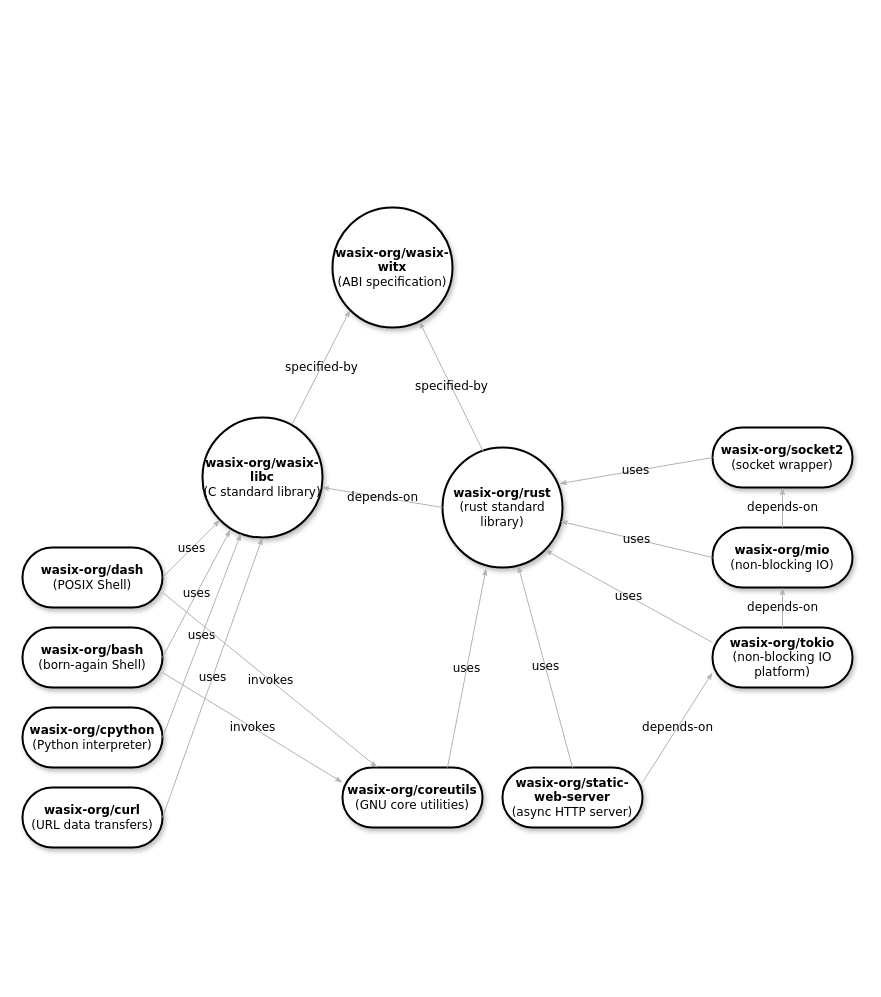
This is dependencies.drawio from zebreus/wasix-witx, a draw.io file, before an edit. Source tidied: cells renumbered, new cells numbered last; positions are measured from the earlier drawing's top-left corner, leaving out a move shared by most shapes. Both pictures are drawn from the tidied source at 100%, with x=0, y=0 at pixel (22, 207).
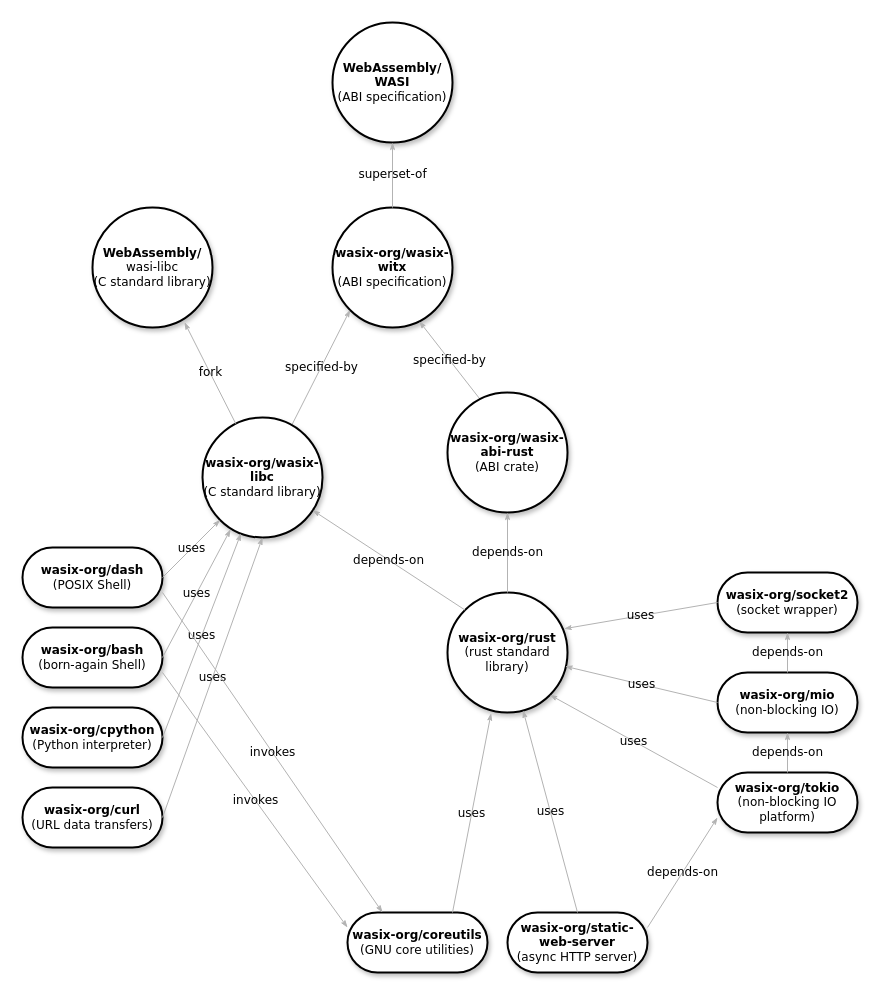
The same page after the edit.

Unchanged cells that the change refers to:
```xml
<mxCell id="2" value="&lt;b&gt;wasix-org/wasix-witx&lt;/b&gt;&lt;br&gt;(ABI specification)" style="ellipse;whiteSpace=wrap;html=1;rounded=1;shadow=1;comic=0;labelBackgroundColor=none;strokeWidth=2;fontFamily=Verdana;fontSize=12;align=center;" parent="1" vertex="1">
  <mxGeometry x="310" width="120" height="120" as="geometry" />
</mxCell>
<mxCell id="4" value="&lt;b&gt;wasix-org/wasix-libc&lt;/b&gt;&lt;br&gt;(C standard library)" style="ellipse;whiteSpace=wrap;html=1;rounded=1;shadow=1;comic=0;labelBackgroundColor=none;strokeWidth=2;fontFamily=Verdana;fontSize=12;align=center;" parent="1" vertex="1">
  <mxGeometry x="180" y="210" width="120" height="120" as="geometry" />
</mxCell>
```

Change to the diagram source:
```diff
@@
     <mxCell id="5" value="&lt;b&gt;wasix-org/rust&lt;/b&gt;&lt;br&gt;(rust standard library)" style="ellipse;whiteSpace=wrap;html=1;rounded=1;shadow=1;comic=0;labelBackgroundColor=none;strokeWidth=2;fontFamily=Verdana;fontSize=12;align=center;" parent="1" vertex="1">
-      <mxGeometry x="420" y="240" width="120" height="120" as="geometry" />
+      <mxGeometry x="425" y="385" width="120" height="120" as="geometry" />
     </mxCell>
-    <mxCell id="6" value="depends-on" style="edgeStyle=none;rounded=1;html=1;labelBackgroundColor=none;startArrow=none;startFill=0;startSize=5;endArrow=classicThin;endFill=1;endSize=5;jettySize=auto;strokeColor=#B3B3B3;strokeWidth=1;fontFamily=Verdana;fontSize=12;exitX=0;exitY=0.5;exitDx=0;exitDy=0;" parent="1" edge="1" source="5" target="4">
+    <mxCell id="6" value="depends-on" style="edgeStyle=none;rounded=1;html=1;labelBackgroundColor=none;startArrow=none;startFill=0;startSize=5;endArrow=classicThin;endFill=1;endSize=5;jettySize=auto;strokeColor=#B3B3B3;strokeWidth=1;fontFamily=Verdana;fontSize=12;exitX=0;exitY=0;exitDx=0;exitDy=0;" parent="1" edge="1" source="5" target="4">
       <mxGeometry relative="1" as="geometry" />
     </mxCell>
-    <mxCell id="7" value="specified-by" style="edgeStyle=none;rounded=1;html=1;labelBackgroundColor=none;startArrow=none;startFill=0;startSize=5;endArrow=classicThin;endFill=1;endSize=5;jettySize=auto;strokeColor=#B3B3B3;strokeWidth=1;fontFamily=Verdana;fontSize=12;exitX=0.34;exitY=0.035;exitDx=0;exitDy=0;entryX=0.723;entryY=0.948;entryDx=0;entryDy=0;exitPerimeter=0;entryPerimeter=0;" parent="1" edge="1" source="5" target="2">
+    <mxCell id="7" value="specified-by" style="edgeStyle=none;rounded=1;html=1;labelBackgroundColor=none;startArrow=none;startFill=0;startSize=5;endArrow=classicThin;endFill=1;endSize=5;jettySize=auto;strokeColor=#B3B3B3;strokeWidth=1;fontFamily=Verdana;fontSize=12;exitX=0.268;exitY=0.052;exitDx=0;exitDy=0;entryX=0.723;entryY=0.948;entryDx=0;entryDy=0;entryPerimeter=0;exitPerimeter=0;" parent="1" edge="1" source="35" target="2">
       <mxGeometry relative="1" as="geometry" />
     </mxCell>
     <mxCell id="8" value="&lt;b&gt;wasix-org/mio&lt;/b&gt;&lt;br&gt;(non-blocking IO)" style="whiteSpace=wrap;html=1;rounded=1;shadow=1;comic=0;labelBackgroundColor=none;strokeWidth=2;fontFamily=Verdana;fontSize=12;align=center;arcSize=50;" parent="1" vertex="1">
-      <mxGeometry x="690" y="320" width="140" height="60" as="geometry" />
+      <mxGeometry x="695" y="465" width="140" height="60" as="geometry" />
     </mxCell>
     <mxCell id="9" value="&lt;b&gt;wasix-org/tokio&lt;/b&gt;&lt;br&gt;(non-blocking IO platform)" style="whiteSpace=wrap;html=1;rounded=1;shadow=1;comic=0;labelBackgroundColor=none;strokeWidth=2;fontFamily=Verdana;fontSize=12;align=center;arcSize=50;" parent="1" vertex="1">
-      <mxGeometry x="690" y="420" width="140" height="60" as="geometry" />
+      <mxGeometry x="695" y="565" width="140" height="60" as="geometry" />
     </mxCell>
     <mxCell id="10" value="&lt;b&gt;wasix-org/socket2&lt;/b&gt;&lt;br&gt;(socket wrapper)" style="whiteSpace=wrap;html=1;rounded=1;shadow=1;comic=0;labelBackgroundColor=none;strokeWidth=2;fontFamily=Verdana;fontSize=12;align=center;arcSize=50;" parent="1" vertex="1">
-      <mxGeometry x="690" y="220" width="140" height="60" as="geometry" />
+      <mxGeometry x="695" y="365" width="140" height="60" as="geometry" />
     </mxCell>
@@
     <mxCell id="16" value="&lt;b&gt;wasix-org/static-web-server&lt;/b&gt;&lt;br&gt;(async HTTP server)" style="whiteSpace=wrap;html=1;rounded=1;shadow=1;comic=0;labelBackgroundColor=none;strokeWidth=2;fontFamily=Verdana;fontSize=12;align=center;arcSize=50;" parent="1" vertex="1">
-      <mxGeometry x="480" y="560" width="140" height="60" as="geometry" />
+      <mxGeometry x="485" y="705" width="140" height="60" as="geometry" />
     </mxCell>
@@
     <mxCell id="27" value="&lt;b&gt;wasix-org/coreutils&lt;/b&gt;&lt;br&gt;(GNU core utilities)" style="whiteSpace=wrap;html=1;rounded=1;shadow=1;comic=0;labelBackgroundColor=none;strokeWidth=2;fontFamily=Verdana;fontSize=12;align=center;arcSize=50;" parent="1" vertex="1">
-      <mxGeometry x="320" y="560" width="140" height="60" as="geometry" />
+      <mxGeometry x="325" y="705" width="140" height="60" as="geometry" />
     </mxCell>
@@
+    <mxCell id="31" value="&lt;b&gt;WebAssembly/&lt;br&gt;WASI&lt;/b&gt;&lt;br&gt;(ABI specification)" style="ellipse;whiteSpace=wrap;html=1;rounded=1;shadow=1;comic=0;labelBackgroundColor=none;strokeWidth=2;fontFamily=Verdana;fontSize=12;align=center;" parent="1" vertex="1">
+      <mxGeometry x="310" y="-185" width="120" height="120" as="geometry" />
+    </mxCell>
+    <mxCell id="32" value="superset-of" style="edgeStyle=none;rounded=1;html=1;labelBackgroundColor=none;startArrow=none;startFill=0;startSize=5;endArrow=classicThin;endFill=1;endSize=5;jettySize=auto;strokeColor=#B3B3B3;strokeWidth=1;fontFamily=Verdana;fontSize=12;exitX=0.5;exitY=0;exitDx=0;exitDy=0;entryX=0.5;entryY=1;entryDx=0;entryDy=0;" parent="1" edge="1" source="2" target="31">
+      <mxGeometry relative="1" as="geometry" />
+    </mxCell>
+    <mxCell id="33" value="&lt;b&gt;WebAssembly/&lt;br&gt;&lt;/b&gt;wasi-libc&lt;br&gt;(C standard library)" style="ellipse;whiteSpace=wrap;html=1;rounded=1;shadow=1;comic=0;labelBackgroundColor=none;strokeWidth=2;fontFamily=Verdana;fontSize=12;align=center;" parent="1" vertex="1">
+      <mxGeometry x="70" width="120" height="120" as="geometry" />
+    </mxCell>
+    <mxCell id="34" value="fork" style="edgeStyle=none;rounded=1;html=1;labelBackgroundColor=none;startArrow=none;startFill=0;startSize=5;endArrow=classicThin;endFill=1;endSize=5;jettySize=auto;strokeColor=#B3B3B3;strokeWidth=1;fontFamily=Verdana;fontSize=12;entryX=0.767;entryY=0.957;entryDx=0;entryDy=0;entryPerimeter=0;" parent="1" edge="1" source="4" target="33">
+      <mxGeometry relative="1" as="geometry" />
+    </mxCell>
+    <mxCell id="35" value="&lt;b&gt;wasix-org/wasix-abi-rust&lt;/b&gt;&lt;br&gt;(ABI crate)" style="ellipse;whiteSpace=wrap;html=1;rounded=1;shadow=1;comic=0;labelBackgroundColor=none;strokeWidth=2;fontFamily=Verdana;fontSize=12;align=center;" parent="1" vertex="1">
+      <mxGeometry x="425" y="185" width="120" height="120" as="geometry" />
+    </mxCell>
+    <mxCell id="36" value="depends-on" style="edgeStyle=none;rounded=1;html=1;labelBackgroundColor=none;startArrow=none;startFill=0;startSize=5;endArrow=classicThin;endFill=1;endSize=5;jettySize=auto;strokeColor=#B3B3B3;strokeWidth=1;fontFamily=Verdana;fontSize=12;exitX=0.5;exitY=0;exitDx=0;exitDy=0;entryX=0.5;entryY=1;entryDx=0;entryDy=0;" parent="1" edge="1" source="5" target="35">
+      <mxGeometry relative="1" as="geometry" />
+    </mxCell>
```
